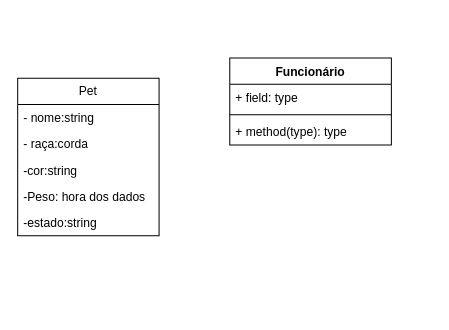
This is Diagrama sem nome.drawio from Eliel567/Trabalho, a draw.io file, before an edit. Source tidied: cells renumbered, new cells numbered last; positions are measured from the earlier drawing's top-left corner, leaving out a move shared by most shapes. Both pictures are drawn from the tidied source at 101%, with x=0, y=0 at pixel (17, 58).
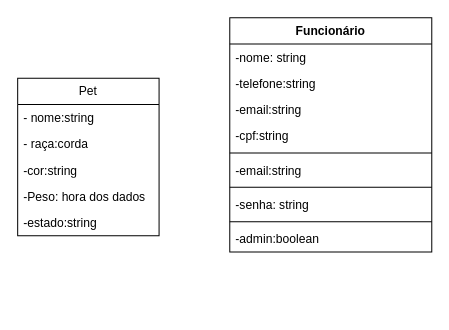
Above is the later version.

The edit, as a diff of the source:
```diff
@@
     <mxCell id="9" value="Funcionário&lt;br&gt;" style="swimlane;fontStyle=1;align=center;verticalAlign=top;horizontal=1;startSize=26;whiteSpace=wrap;html=1;direction=east;" parent="1" vertex="1">
-      <mxGeometry x="210" width="160" height="86" as="geometry" />
+      <mxGeometry x="210" y="-40" width="200" height="232" as="geometry" />
     </mxCell>
-    <mxCell id="10" value="+ field: type" style="text;strokeColor=none;fillColor=none;align=left;verticalAlign=top;spacingLeft=4;spacingRight=4;overflow=hidden;whiteSpace=wrap;html=1;" parent="9" vertex="1">
-      <mxGeometry y="26" width="160" height="26" as="geometry" />
-    </mxCell>
-    <mxCell id="11" style="line;strokeWidth=1;fillColor=none;align=left;verticalAlign=middle;spacingTop=-1;spacingLeft=3;spacingRight=3;labelPosition=right;strokeColor=inherit;" parent="9" vertex="1">
-      <mxGeometry y="52" width="160" height="8" as="geometry" />
-    </mxCell>
-    <mxCell id="12" value="+ method(type): type" style="text;strokeColor=none;fillColor=none;align=left;verticalAlign=top;spacingLeft=4;spacingRight=4;overflow=hidden;whiteSpace=wrap;html=1;" parent="9" vertex="1">
-      <mxGeometry y="60" width="160" height="26" as="geometry" />
+    <mxCell id="12" value="-nome: string" style="text;strokeColor=none;fillColor=none;align=left;verticalAlign=top;spacingLeft=4;spacingRight=4;overflow=hidden;whiteSpace=wrap;html=1;" parent="9" vertex="1">
+      <mxGeometry y="26" width="200" height="26" as="geometry" />
     </mxCell>
+    <mxCell id="13" value="-telefone:string" style="text;strokeColor=none;fillColor=none;align=left;verticalAlign=top;spacingLeft=4;spacingRight=4;overflow=hidden;whiteSpace=wrap;html=1;" parent="9" vertex="1">
+      <mxGeometry y="52" width="200" height="26" as="geometry" />
+    </mxCell>
+    <mxCell id="14" value="-email:string" style="text;strokeColor=none;fillColor=none;align=left;verticalAlign=top;spacingLeft=4;spacingRight=4;overflow=hidden;whiteSpace=wrap;html=1;" parent="9" vertex="1">
+      <mxGeometry y="78" width="200" height="26" as="geometry" />
+    </mxCell>
+    <mxCell id="15" value="-cpf:string" style="text;strokeColor=none;fillColor=none;align=left;verticalAlign=top;spacingLeft=4;spacingRight=4;overflow=hidden;whiteSpace=wrap;html=1;" parent="9" vertex="1">
+      <mxGeometry y="104" width="200" height="26" as="geometry" />
+    </mxCell>
+    <mxCell id="16" style="line;strokeWidth=1;fillColor=none;align=left;verticalAlign=middle;spacingTop=-1;spacingLeft=3;spacingRight=3;labelPosition=right;strokeColor=inherit;" parent="9" vertex="1">
+      <mxGeometry y="130" width="200" height="8" as="geometry" />
+    </mxCell>
+    <mxCell id="17" value="-email:string" style="text;strokeColor=none;fillColor=none;align=left;verticalAlign=top;spacingLeft=4;spacingRight=4;overflow=hidden;whiteSpace=wrap;html=1;" parent="9" vertex="1">
+      <mxGeometry y="138" width="200" height="26" as="geometry" />
+    </mxCell>
+    <mxCell id="18" style="line;strokeWidth=1;fillColor=none;align=left;verticalAlign=middle;spacingTop=-1;spacingLeft=3;spacingRight=3;labelPosition=right;strokeColor=inherit;" parent="9" vertex="1">
+      <mxGeometry y="164" width="200" height="8" as="geometry" />
+    </mxCell>
+    <mxCell id="19" value="-senha: string" style="text;strokeColor=none;fillColor=none;align=left;verticalAlign=top;spacingLeft=4;spacingRight=4;overflow=hidden;whiteSpace=wrap;html=1;" parent="9" vertex="1">
+      <mxGeometry y="172" width="200" height="26" as="geometry" />
+    </mxCell>
+    <mxCell id="20" style="line;strokeWidth=1;fillColor=none;align=left;verticalAlign=middle;spacingTop=-1;spacingLeft=3;spacingRight=3;labelPosition=right;strokeColor=inherit;" parent="9" vertex="1">
+      <mxGeometry y="198" width="200" height="8" as="geometry" />
+    </mxCell>
+    <mxCell id="21" value="-admin:boolean" style="text;strokeColor=none;fillColor=none;align=left;verticalAlign=top;spacingLeft=4;spacingRight=4;overflow=hidden;whiteSpace=wrap;html=1;" parent="9" vertex="1">
+      <mxGeometry y="206" width="200" height="26" as="geometry" />
+    </mxCell>
```
